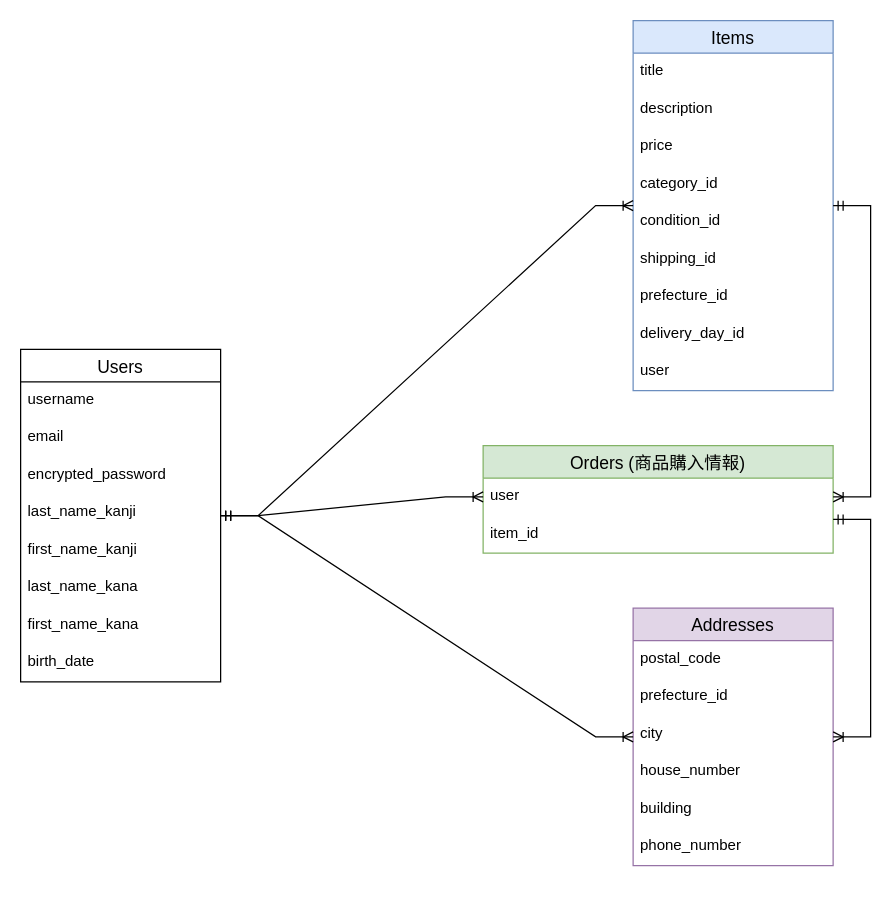
Above: test.dio in IP-C/furima-39441-d (draw.io), before the change. Source tidied: cells renumbered, new cells numbered last; positions are measured from the earlier drawing's top-left corner, leaving out a move shared by most shapes. Both pictures are drawn from the tidied source at 125%, with x=0, y=0 at pixel (20, 20).
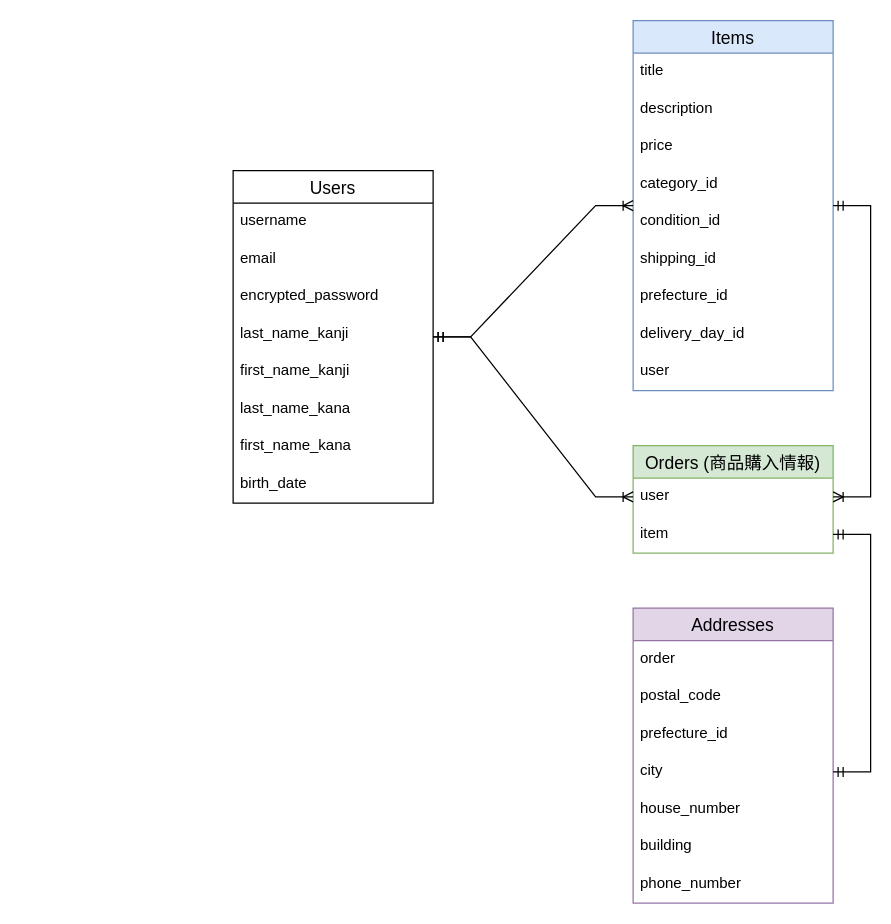
After the change.

Change to the diagram source:
```diff
@@
     <mxCell id="2" value="Users" style="swimlane;fontStyle=0;horizontal=1;startSize=26;align=center;fontSize=14;" parent="1" vertex="1">
-      <mxGeometry y="263" width="160" height="266" as="geometry" />
+      <mxGeometry x="170" y="120" width="160" height="266" as="geometry" />
     </mxCell>
@@
     <mxCell id="21" value="Orders (商品購入情報)" style="swimlane;fontStyle=0;horizontal=1;startSize=26;align=center;fontSize=14;fillColor=#d5e8d4;strokeColor=#82b366;" parent="1" vertex="1">
-      <mxGeometry x="370" y="340" width="280" height="86" as="geometry" />
+      <mxGeometry x="490" y="340" width="160" height="86" as="geometry" />
     </mxCell>
     <mxCell id="22" value="user" style="text;strokeColor=none;fillColor=none;spacingLeft=4;spacingRight=4;overflow=hidden;points=[[0,0.5],[1,0.5]];portConstraint=eastwest;fontSize=12;" parent="21" vertex="1">
-      <mxGeometry y="26" width="280" height="30" as="geometry" />
+      <mxGeometry y="26" width="160" height="30" as="geometry" />
     </mxCell>
-    <mxCell id="23" value="item_id" style="text;strokeColor=none;fillColor=none;spacingLeft=4;spacingRight=4;overflow=hidden;points=[[0,0.5],[1,0.5]];portConstraint=eastwest;fontSize=12;" parent="21" vertex="1">
-      <mxGeometry y="56" width="280" height="30" as="geometry" />
+    <mxCell id="23" value="item" style="text;strokeColor=none;fillColor=none;spacingLeft=4;spacingRight=4;overflow=hidden;points=[[0,0.5],[1,0.5]];portConstraint=eastwest;fontSize=12;" parent="21" vertex="1">
+      <mxGeometry y="56" width="160" height="30" as="geometry" />
     </mxCell>
     <mxCell id="24" value="Addresses" style="swimlane;fontStyle=0;horizontal=1;startSize=26;align=center;fontSize=14;fontFamily=Helvetica;fillColor=#e1d5e7;strokeColor=#9673a6;" parent="1" vertex="1">
-      <mxGeometry x="490" y="470" width="160" height="206" as="geometry" />
+      <mxGeometry x="490" y="470" width="160" height="236" as="geometry" />
     </mxCell>
+    <mxCell id="36" value="order" style="text;strokeColor=none;fillColor=none;spacingLeft=4;spacingRight=4;overflow=hidden;fontSize=12;fontFamily=Helvetica;fontColor=default;" parent="24" vertex="1">
+      <mxGeometry y="26" width="160" height="30" as="geometry" />
+    </mxCell>
     <mxCell id="25" value="postal_code" style="text;strokeColor=none;fillColor=none;spacingLeft=4;spacingRight=4;overflow=hidden;fontSize=12;fontFamily=Helvetica;fontColor=default;" parent="24" vertex="1">
-      <mxGeometry y="26" width="160" height="30" as="geometry" />
+      <mxGeometry y="56" width="160" height="30" as="geometry" />
     </mxCell>
     <mxCell id="26" value="prefecture_id" style="text;strokeColor=none;fillColor=none;spacingLeft=4;spacingRight=4;overflow=hidden;fontSize=12;fontFamily=Helvetica;fontColor=default;" parent="24" vertex="1">
-      <mxGeometry y="56" width="160" height="30" as="geometry" />
+      <mxGeometry y="86" width="160" height="30" as="geometry" />
     </mxCell>
     <mxCell id="27" value="city" style="text;strokeColor=none;fillColor=none;spacingLeft=4;spacingRight=4;overflow=hidden;points=[[0,0.5],[1,0.5]];portConstraint=eastwest;fontSize=12;fontFamily=Helvetica;fontColor=default;" parent="24" vertex="1">
-      <mxGeometry y="86" width="160" height="30" as="geometry" />
+      <mxGeometry y="116" width="160" height="30" as="geometry" />
     </mxCell>
     <mxCell id="28" value="house_number" style="text;strokeColor=none;fillColor=none;spacingLeft=4;spacingRight=4;overflow=hidden;fontSize=12;fontFamily=Helvetica;fontColor=default;" parent="24" vertex="1">
-      <mxGeometry y="116" width="160" height="30" as="geometry" />
+      <mxGeometry y="146" width="160" height="30" as="geometry" />
     </mxCell>
     <mxCell id="29" value="building" style="text;strokeColor=none;fillColor=none;spacingLeft=4;spacingRight=4;overflow=hidden;fontSize=12;fontFamily=Helvetica;fontColor=default;" parent="24" vertex="1">
-      <mxGeometry y="146" width="160" height="30" as="geometry" />
+      <mxGeometry y="176" width="160" height="30" as="geometry" />
     </mxCell>
     <mxCell id="30" value="phone_number" style="text;strokeColor=none;fillColor=none;spacingLeft=4;spacingRight=4;overflow=hidden;fontSize=12;fontFamily=Helvetica;fontColor=default;" parent="24" vertex="1">
-      <mxGeometry y="176" width="160" height="30" as="geometry" />
+      <mxGeometry y="206" width="160" height="30" as="geometry" />
     </mxCell>
-    <mxCell id="31" style="edgeStyle=entityRelationEdgeStyle;fontSize=12;html=1;endArrow=ERoneToMany;startArrow=ERmandOne;rounded=0;labelBackgroundColor=default;strokeColor=default;fontFamily=Helvetica;fontColor=default;shape=connector;" parent="1" edge="1" source="2" target="24">
-      <mxGeometry relative="1" as="geometry" />
-    </mxCell>
@@
-    <mxCell id="35" style="edgeStyle=entityRelationEdgeStyle;fontSize=12;html=1;endArrow=ERoneToMany;startArrow=ERmandOne;rounded=0;labelBackgroundColor=default;strokeColor=default;fontFamily=Helvetica;fontColor=default;shape=connector;exitX=1;exitY=0.1;exitDx=0;exitDy=0;exitPerimeter=0;" parent="1" edge="1" source="23" target="24">
-      <mxGeometry relative="1" as="geometry" />
-    </mxCell>
+    <mxCell id="37" style="edgeStyle=entityRelationEdgeStyle;fontSize=12;html=1;endArrow=ERmandOne;startArrow=ERmandOne;rounded=0;labelBackgroundColor=default;strokeColor=default;fontFamily=Helvetica;fontColor=default;shape=connector;exitX=1;exitY=0.5;exitDx=0;exitDy=0;" parent="1" edge="1" source="27" target="23">
+      <mxGeometry relative="1" as="geometry" />
+    </mxCell>
```
